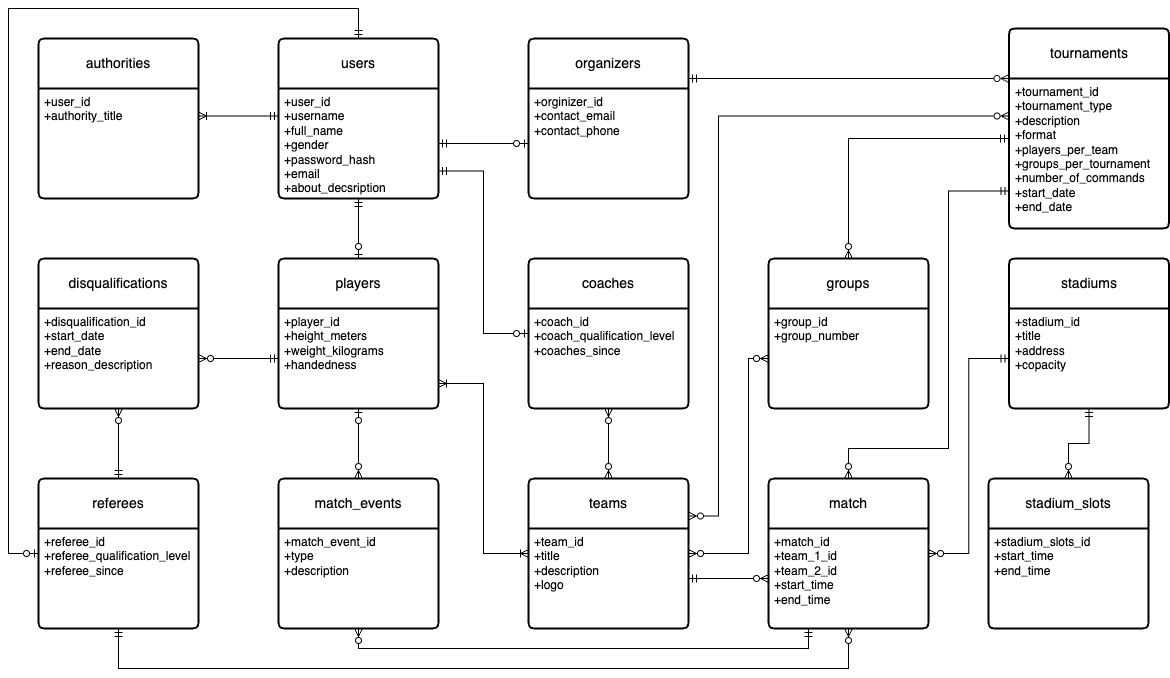
Above: presentation/concept-model.png in vodobryshkin/is-course-work-0 (draw.io), before the change. Source tidied: cells renumbered, new cells last; positions are measured from the earlier drawing's top-left corner, leaving out a move shared by most shapes. The source it was exported from:
```xml
<mxGraphModel>
  <root>
    <mxCell id="0" />
    <mxCell id="1" parent="0" />
    <mxCell id="2" value="stadiums" style="swimlane;horizontal=1;startSize=50;rounded=1;fontSize=14;fontStyle=0;strokeWidth=2;shadow=0;dashed=0;align=center;arcSize=4;whiteSpace=wrap;html=1;" parent="1" vertex="1">
      <mxGeometry x="1000.5" y="250" width="160" height="150" as="geometry" />
    </mxCell>
    <mxCell id="3" value="+stadium_id&lt;br&gt;+title&lt;br&gt;+address&lt;br&gt;+copacity" style="align=left;strokeColor=none;fillColor=none;spacingLeft=4;fontSize=12;verticalAlign=top;html=1;" parent="2" vertex="1">
      <mxGeometry y="50" width="160" height="100" as="geometry" />
    </mxCell>
    <mxCell id="4" style="edgeStyle=orthogonalEdgeStyle;rounded=0;jettySize=auto;html=1;entryX=0;entryY=0.75;entryDx=0;entryDy=0;exitX=0.5;exitY=0;exitDx=0;exitDy=0;endArrow=ERmandOne;endFill=0;startArrow=ERzeroToMany;startFill=0;" parent="1" edge="1" source="5" target="14">
      <mxGeometry relative="1" as="geometry">
        <Array as="points">
          <mxPoint x="840" y="440" />
          <mxPoint x="940" y="440" />
          <mxPoint x="940" y="183" />
        </Array>
      </mxGeometry>
    </mxCell>
    <mxCell id="5" value="match" style="swimlane;horizontal=1;startSize=50;rounded=1;fontSize=14;fontStyle=0;strokeWidth=2;shadow=0;dashed=0;align=center;arcSize=4;whiteSpace=wrap;html=1;" parent="1" vertex="1">
      <mxGeometry x="760" y="470" width="160" height="150" as="geometry" />
    </mxCell>
    <mxCell id="6" value="+match_id&lt;br&gt;+team_1_id&lt;br&gt;+team_2_id&lt;br&gt;+start_time&lt;br style=&quot;border-color: rgb(218, 220, 224);&quot;&gt;+end_time" style="align=left;strokeColor=none;fillColor=none;spacingLeft=4;fontSize=12;verticalAlign=top;html=1;" parent="5" vertex="1">
      <mxGeometry y="50" width="160" height="100" as="geometry" />
    </mxCell>
    <mxCell id="7" style="edgeStyle=orthogonalEdgeStyle;rounded=0;jettySize=auto;html=1;entryX=0.5;entryY=1;entryDx=0;entryDy=0;endArrow=ERmandOne;endFill=0;startArrow=ERzeroToMany;startFill=0;" parent="1" edge="1" source="8" target="3">
      <mxGeometry relative="1" as="geometry" />
    </mxCell>
    <mxCell id="8" value="stadium_slots" style="swimlane;horizontal=1;startSize=50;rounded=1;fontSize=14;fontStyle=0;strokeWidth=2;shadow=0;dashed=0;align=center;arcSize=4;whiteSpace=wrap;html=1;" parent="1" vertex="1">
      <mxGeometry x="980" y="470" width="160" height="150" as="geometry" />
    </mxCell>
    <mxCell id="9" value="+stadium_slots_id&lt;br&gt;+start_time&lt;br&gt;+end_time" style="align=left;strokeColor=none;fillColor=none;spacingLeft=4;fontSize=12;verticalAlign=top;html=1;" parent="8" vertex="1">
      <mxGeometry y="50" width="160" height="100" as="geometry" />
    </mxCell>
    <mxCell id="10" style="edgeStyle=orthogonalEdgeStyle;rounded=0;jettySize=auto;html=1;entryX=0.5;entryY=1;entryDx=0;entryDy=0;endArrow=ERzeroToOne;endFill=0;startArrow=ERzeroToMany;startFill=0;" parent="1" edge="1" source="11" target="29">
      <mxGeometry relative="1" as="geometry" />
    </mxCell>
    <mxCell id="11" value="match_events" style="swimlane;horizontal=1;startSize=50;rounded=1;fontSize=14;fontStyle=0;strokeWidth=2;shadow=0;dashed=0;align=center;arcSize=4;whiteSpace=wrap;html=1;" parent="1" vertex="1">
      <mxGeometry x="270" y="470" width="160" height="150" as="geometry" />
    </mxCell>
    <mxCell id="12" value="+match_event_id&lt;br&gt;+type&lt;br&gt;+description" style="align=left;strokeColor=none;fillColor=none;spacingLeft=4;fontSize=12;verticalAlign=top;html=1;" parent="11" vertex="1">
      <mxGeometry y="50" width="160" height="100" as="geometry" />
    </mxCell>
    <mxCell id="13" value="tournaments" style="swimlane;horizontal=1;startSize=50;rounded=1;fontSize=14;fontStyle=0;strokeWidth=2;shadow=0;dashed=0;align=center;arcSize=4;whiteSpace=wrap;html=1;" parent="1" vertex="1">
      <mxGeometry x="1000.5" y="20" width="160" height="200" as="geometry" />
    </mxCell>
    <mxCell id="14" value="+tournament_id&lt;br&gt;+tournament_type&lt;br&gt;+description&lt;br&gt;+format&lt;br&gt;+players_per_team&lt;br&gt;+groups_per_tournament&lt;br&gt;+number_of_commands&lt;br&gt;+start_date&lt;br&gt;+end_date" style="align=left;strokeColor=none;fillColor=none;spacingLeft=4;fontSize=12;verticalAlign=top;html=1;" parent="13" vertex="1">
      <mxGeometry y="50" width="160" height="150" as="geometry" />
    </mxCell>
    <mxCell id="15" style="edgeStyle=orthogonalEdgeStyle;rounded=0;jettySize=auto;html=1;endArrow=ERmandOne;endFill=0;startArrow=ERzeroToMany;startFill=0;" parent="1" edge="1" source="16">
      <mxGeometry relative="1" as="geometry">
        <mxPoint x="1000" y="130" as="targetPoint" />
        <Array as="points">
          <mxPoint x="840" y="130" />
        </Array>
      </mxGeometry>
    </mxCell>
    <mxCell id="16" value="groups" style="swimlane;horizontal=1;startSize=50;rounded=1;fontSize=14;fontStyle=0;strokeWidth=2;shadow=0;dashed=0;align=center;arcSize=4;whiteSpace=wrap;html=1;" parent="1" vertex="1">
      <mxGeometry x="760" y="250" width="160" height="150" as="geometry" />
    </mxCell>
    <mxCell id="17" value="+group_id&lt;br&gt;+group_number&lt;br&gt;" style="align=left;strokeColor=none;fillColor=none;spacingLeft=4;fontSize=12;verticalAlign=top;html=1;" parent="16" vertex="1">
      <mxGeometry y="50" width="160" height="100" as="geometry" />
    </mxCell>
    <mxCell id="18" style="edgeStyle=orthogonalEdgeStyle;rounded=0;jettySize=auto;html=1;entryX=1;entryY=0.75;entryDx=0;entryDy=0;endArrow=ERmandOne;endFill=0;startArrow=ERzeroToOne;startFill=0;" parent="1" edge="1" source="19" target="38">
      <mxGeometry relative="1" as="geometry" />
    </mxCell>
    <mxCell id="19" value="coaches" style="swimlane;horizontal=1;startSize=50;rounded=1;fontSize=14;fontStyle=0;strokeWidth=2;shadow=0;dashed=0;align=center;arcSize=4;whiteSpace=wrap;html=1;" parent="1" vertex="1">
      <mxGeometry x="520" y="250" width="160" height="150" as="geometry" />
    </mxCell>
    <mxCell id="20" value="+coach_id&lt;br&gt;+coach_qualification_level&lt;br&gt;+coaches_since" style="align=left;strokeColor=none;fillColor=none;spacingLeft=4;fontSize=12;verticalAlign=top;html=1;" parent="19" vertex="1">
      <mxGeometry y="50" width="160" height="100" as="geometry" />
    </mxCell>
    <mxCell id="21" style="edgeStyle=orthogonalEdgeStyle;rounded=0;jettySize=auto;html=1;entryX=0.5;entryY=1;entryDx=0;entryDy=0;endArrow=ERzeroToMany;endFill=0;startArrow=ERmandOne;startFill=0;" parent="1" edge="1" source="23" target="34">
      <mxGeometry relative="1" as="geometry" />
    </mxCell>
    <mxCell id="22" style="edgeStyle=orthogonalEdgeStyle;rounded=0;jettySize=auto;html=1;entryX=0.5;entryY=0;entryDx=0;entryDy=0;startArrow=ERzeroToOne;startFill=0;endArrow=ERmandOne;endFill=0;" parent="1" edge="1" source="23" target="37">
      <mxGeometry relative="1" as="geometry">
        <Array as="points">
          <mxPoint y="545" />
          <mxPoint />
          <mxPoint x="350" />
        </Array>
      </mxGeometry>
    </mxCell>
    <mxCell id="23" value="referees" style="swimlane;horizontal=1;startSize=50;rounded=1;fontSize=14;fontStyle=0;strokeWidth=2;shadow=0;dashed=0;align=center;arcSize=4;whiteSpace=wrap;html=1;" parent="1" vertex="1">
      <mxGeometry x="30" y="470" width="160" height="150" as="geometry" />
    </mxCell>
    <mxCell id="24" value="+referee_id&lt;br&gt;+referee_qualification_level&lt;br&gt;+referee_since" style="align=left;strokeColor=none;fillColor=none;spacingLeft=4;fontSize=12;verticalAlign=top;html=1;" parent="23" vertex="1">
      <mxGeometry y="50" width="160" height="100" as="geometry" />
    </mxCell>
    <mxCell id="25" value="teams" style="swimlane;horizontal=1;startSize=50;rounded=1;fontSize=14;fontStyle=0;strokeWidth=2;shadow=0;dashed=0;align=center;arcSize=4;whiteSpace=wrap;html=1;" parent="1" vertex="1">
      <mxGeometry x="520" y="470" width="160" height="150" as="geometry" />
    </mxCell>
    <mxCell id="26" value="+team_id&lt;br&gt;+title&lt;br&gt;+description&lt;br&gt;+logo" style="align=left;strokeColor=none;fillColor=none;spacingLeft=4;fontSize=12;verticalAlign=top;html=1;" parent="25" vertex="1">
      <mxGeometry y="50" width="160" height="100" as="geometry" />
    </mxCell>
    <mxCell id="27" style="edgeStyle=orthogonalEdgeStyle;rounded=0;jettySize=auto;html=1;entryX=0.5;entryY=1;entryDx=0;entryDy=0;endArrow=ERmandOne;endFill=0;startArrow=ERzeroToOne;startFill=0;" parent="1" edge="1" source="28" target="38">
      <mxGeometry relative="1" as="geometry" />
    </mxCell>
    <mxCell id="28" value="players" style="swimlane;horizontal=1;startSize=50;rounded=1;fontSize=14;fontStyle=0;strokeWidth=2;shadow=0;dashed=0;align=center;arcSize=4;whiteSpace=wrap;html=1;" parent="1" vertex="1">
      <mxGeometry x="270" y="250" width="160" height="150" as="geometry" />
    </mxCell>
    <mxCell id="29" value="+player_id&lt;br&gt;+height_meters&lt;br&gt;+weight_kilograms&lt;br&gt;+handedness" style="align=left;strokeColor=none;fillColor=none;spacingLeft=4;fontSize=12;verticalAlign=top;html=1;" parent="28" vertex="1">
      <mxGeometry y="50" width="160" height="100" as="geometry" />
    </mxCell>
    <mxCell id="30" style="edgeStyle=orthogonalEdgeStyle;rounded=0;jettySize=auto;html=1;entryX=0;entryY=0.25;entryDx=0;entryDy=0;exitX=1;exitY=0.25;exitDx=0;exitDy=0;startArrow=ERmandOne;startFill=0;endArrow=ERzeroToMany;endFill=0;" parent="1" edge="1" source="31" target="13">
      <mxGeometry relative="1" as="geometry" />
    </mxCell>
    <mxCell id="31" value="organizers" style="swimlane;horizontal=1;startSize=50;rounded=1;fontSize=14;fontStyle=0;strokeWidth=2;shadow=0;dashed=0;align=center;arcSize=4;whiteSpace=wrap;html=1;" parent="1" vertex="1">
      <mxGeometry x="520" y="30" width="160" height="160" as="geometry" />
    </mxCell>
    <mxCell id="32" value="+orginizer_id&lt;br&gt;+contact_email&lt;br&gt;+contact_phone" style="align=left;strokeColor=none;fillColor=none;spacingLeft=4;fontSize=12;verticalAlign=top;html=1;" parent="31" vertex="1">
      <mxGeometry y="50" width="160" height="110" as="geometry" />
    </mxCell>
    <mxCell id="33" value="disqualifications" style="swimlane;horizontal=1;startSize=50;rounded=1;fontSize=14;fontStyle=0;strokeWidth=2;shadow=0;dashed=0;align=center;arcSize=4;whiteSpace=wrap;html=1;" parent="1" vertex="1">
      <mxGeometry x="30" y="250" width="160" height="150" as="geometry" />
    </mxCell>
    <mxCell id="34" value="+disqualification_id&lt;br&gt;+start_date&lt;br&gt;+end_date&lt;br&gt;+reason_description" style="align=left;strokeColor=none;fillColor=none;spacingLeft=4;fontSize=12;verticalAlign=top;html=1;" parent="33" vertex="1">
      <mxGeometry y="50" width="160" height="100" as="geometry" />
    </mxCell>
    <mxCell id="35" value="authorities" style="swimlane;horizontal=1;startSize=50;rounded=1;fontSize=14;fontStyle=0;strokeWidth=2;shadow=0;dashed=0;align=center;arcSize=4;whiteSpace=wrap;html=1;" parent="1" vertex="1">
      <mxGeometry x="30" y="30" width="160" height="160" as="geometry" />
    </mxCell>
    <mxCell id="36" value="+user_id&lt;br&gt;+authority_title" style="align=left;strokeColor=none;fillColor=none;spacingLeft=4;fontSize=12;verticalAlign=top;html=1;" parent="35" vertex="1">
      <mxGeometry y="50" width="160" height="110" as="geometry" />
    </mxCell>
    <mxCell id="37" value="users" style="swimlane;horizontal=1;startSize=50;rounded=1;fontSize=14;fontStyle=0;strokeWidth=2;shadow=0;dashed=0;align=center;arcSize=4;whiteSpace=wrap;html=1;" parent="1" vertex="1">
      <mxGeometry x="270" y="30" width="160" height="160" as="geometry" />
    </mxCell>
    <mxCell id="38" value="+user_id&lt;br&gt;+username&lt;br&gt;+full_name&lt;br&gt;+gender&lt;br&gt;+password_hash&lt;br&gt;+email&lt;br&gt;+about_decsription" style="align=left;strokeColor=none;fillColor=none;spacingLeft=4;fontSize=12;verticalAlign=top;html=1;" parent="37" vertex="1">
      <mxGeometry y="50" width="160" height="110" as="geometry" />
    </mxCell>
    <mxCell id="39" style="edgeStyle=orthogonalEdgeStyle;rounded=0;jettySize=auto;html=1;entryX=1;entryY=0.25;entryDx=0;entryDy=0;endArrow=ERzeroToMany;endFill=0;startArrow=ERmandOne;startFill=0;" parent="1" edge="1" source="3" target="6">
      <mxGeometry relative="1" as="geometry" />
    </mxCell>
    <mxCell id="40" style="edgeStyle=orthogonalEdgeStyle;rounded=0;jettySize=auto;html=1;entryX=0.5;entryY=1;entryDx=0;entryDy=0;exitX=0.25;exitY=1;exitDx=0;exitDy=0;startArrow=ERmandOne;startFill=0;endArrow=ERzeroToMany;endFill=0;" parent="1" edge="1" source="6" target="12">
      <mxGeometry relative="1" as="geometry">
        <Array as="points">
          <mxPoint x="800" y="640" />
          <mxPoint x="350" y="640" />
        </Array>
      </mxGeometry>
    </mxCell>
    <mxCell id="41" style="edgeStyle=orthogonalEdgeStyle;rounded=0;jettySize=auto;html=1;entryX=0.5;entryY=1;entryDx=0;entryDy=0;startArrow=ERzeroToMany;startFill=0;endArrow=ERmandOne;endFill=0;" parent="1" edge="1" source="6" target="24">
      <mxGeometry relative="1" as="geometry">
        <Array as="points">
          <mxPoint x="840" y="660" />
          <mxPoint x="110" y="660" />
        </Array>
      </mxGeometry>
    </mxCell>
    <mxCell id="42" style="edgeStyle=orthogonalEdgeStyle;rounded=0;jettySize=auto;html=1;entryX=1;entryY=0.5;entryDx=0;entryDy=0;startArrow=ERzeroToMany;startFill=0;endArrow=ERmandOne;endFill=0;" parent="1" edge="1" source="6" target="26">
      <mxGeometry relative="1" as="geometry" />
    </mxCell>
    <mxCell id="43" style="edgeStyle=orthogonalEdgeStyle;rounded=0;jettySize=auto;html=1;entryX=1;entryY=0.25;entryDx=0;entryDy=0;startArrow=ERzeroToMany;startFill=0;endArrow=ERzeroToMany;endFill=0;exitX=0;exitY=0.25;exitDx=0;exitDy=0;" parent="1" edge="1" source="14" target="25">
      <mxGeometry relative="1" as="geometry">
        <Array as="points">
          <mxPoint x="710" y="108" />
          <mxPoint x="710" y="508" />
        </Array>
      </mxGeometry>
    </mxCell>
    <mxCell id="44" style="edgeStyle=orthogonalEdgeStyle;rounded=0;jettySize=auto;html=1;entryX=1;entryY=0.25;entryDx=0;entryDy=0;startArrow=ERzeroToMany;startFill=0;endArrow=ERzeroToMany;endFill=0;" parent="1" edge="1" source="17" target="26">
      <mxGeometry relative="1" as="geometry">
        <Array as="points">
          <mxPoint x="740" y="350" />
          <mxPoint x="740" y="545" />
        </Array>
      </mxGeometry>
    </mxCell>
    <mxCell id="45" style="edgeStyle=orthogonalEdgeStyle;rounded=0;jettySize=auto;html=1;entryX=0;entryY=0.25;entryDx=0;entryDy=0;exitX=1;exitY=0.75;exitDx=0;exitDy=0;startArrow=ERoneToMany;startFill=0;endArrow=ERoneToMany;endFill=0;" parent="1" edge="1" source="29" target="26">
      <mxGeometry relative="1" as="geometry" />
    </mxCell>
    <mxCell id="46" style="edgeStyle=orthogonalEdgeStyle;rounded=0;jettySize=auto;html=1;entryX=0.5;entryY=0;entryDx=0;entryDy=0;startArrow=ERzeroToMany;startFill=0;endArrow=ERzeroToMany;endFill=0;" parent="1" edge="1" source="20" target="25">
      <mxGeometry relative="1" as="geometry" />
    </mxCell>
    <mxCell id="47" style="edgeStyle=orthogonalEdgeStyle;rounded=0;jettySize=auto;html=1;entryX=1;entryY=0.5;entryDx=0;entryDy=0;endArrow=ERzeroToMany;endFill=0;startArrow=ERmandOne;startFill=0;" parent="1" edge="1" source="29" target="34">
      <mxGeometry relative="1" as="geometry" />
    </mxCell>
    <mxCell id="48" style="edgeStyle=orthogonalEdgeStyle;rounded=0;jettySize=auto;html=1;entryX=0;entryY=0.5;entryDx=0;entryDy=0;startArrow=ERmandOne;startFill=0;endArrow=ERzeroToOne;endFill=0;" parent="1" edge="1" source="38" target="32">
      <mxGeometry relative="1" as="geometry" />
    </mxCell>
    <mxCell id="49" style="edgeStyle=orthogonalEdgeStyle;rounded=0;jettySize=auto;html=1;exitX=0;exitY=0.25;exitDx=0;exitDy=0;startArrow=ERmandOne;startFill=0;endArrow=ERoneToMany;endFill=0;entryX=1;entryY=0.25;entryDx=0;entryDy=0;" parent="1" edge="1" source="38" target="36">
      <mxGeometry relative="1" as="geometry" />
    </mxCell>
  </root>
</mxGraphModel>
```
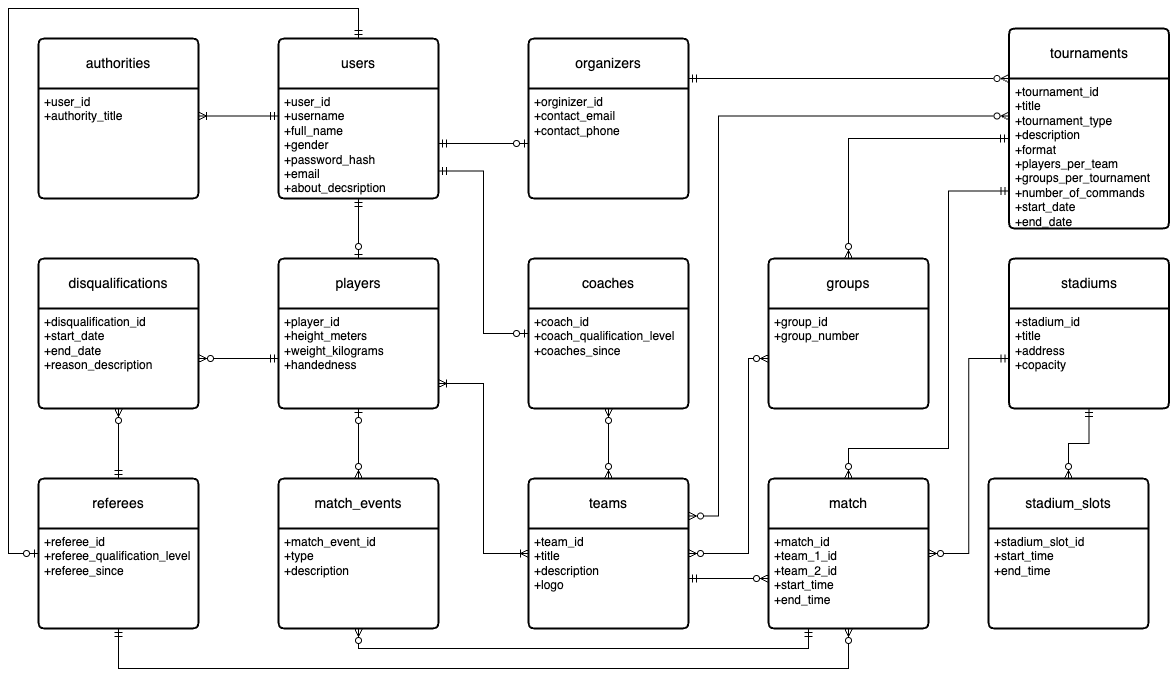
The same diagram one commit later.

Commit message:
добавил title в турнир (концептуальная модель)

Diff of the diagram source:
```diff
@@ -29,7 +29,7 @@
     <mxCell id="8" value="stadium_slots" style="swimlane;horizontal=1;startSize=50;rounded=1;fontSize=14;fontStyle=0;strokeWidth=2;shadow=0;dashed=0;align=center;arcSize=4;whiteSpace=wrap;html=1;" parent="1" vertex="1">
       <mxGeometry x="980" y="470" width="160" height="150" as="geometry" />
     </mxCell>
-    <mxCell id="9" value="+stadium_slots_id&lt;br&gt;+start_time&lt;br&gt;+end_time" style="align=left;strokeColor=none;fillColor=none;spacingLeft=4;fontSize=12;verticalAlign=top;html=1;" parent="8" vertex="1">
+    <mxCell id="9" value="+stadium_slot_id&lt;br&gt;+start_time&lt;br&gt;+end_time" style="align=left;strokeColor=none;fillColor=none;spacingLeft=4;fontSize=12;verticalAlign=top;html=1;" parent="8" vertex="1">
       <mxGeometry y="50" width="160" height="100" as="geometry" />
     </mxCell>
     <mxCell id="10" style="edgeStyle=orthogonalEdgeStyle;rounded=0;jettySize=auto;html=1;entryX=0.5;entryY=1;entryDx=0;entryDy=0;endArrow=ERzeroToOne;endFill=0;startArrow=ERzeroToMany;startFill=0;" parent="1" edge="1" source="11" target="29">
@@ -44,7 +44,7 @@
     <mxCell id="13" value="tournaments" style="swimlane;horizontal=1;startSize=50;rounded=1;fontSize=14;fontStyle=0;strokeWidth=2;shadow=0;dashed=0;align=center;arcSize=4;whiteSpace=wrap;html=1;" parent="1" vertex="1">
       <mxGeometry x="1000.5" y="20" width="160" height="200" as="geometry" />
     </mxCell>
-    <mxCell id="14" value="+tournament_id&lt;br&gt;+tournament_type&lt;br&gt;+description&lt;br&gt;+format&lt;br&gt;+players_per_team&lt;br&gt;+groups_per_tournament&lt;br&gt;+number_of_commands&lt;br&gt;+start_date&lt;br&gt;+end_date" style="align=left;strokeColor=none;fillColor=none;spacingLeft=4;fontSize=12;verticalAlign=top;html=1;" parent="13" vertex="1">
+    <mxCell id="14" value="+tournament_id&lt;br&gt;+title&lt;br&gt;+tournament_type&lt;br&gt;+description&lt;br&gt;+format&lt;br&gt;+players_per_team&lt;br&gt;+groups_per_tournament&lt;br&gt;+number_of_commands&lt;br&gt;+start_date&lt;br&gt;+end_date" style="align=left;strokeColor=none;fillColor=none;spacingLeft=4;fontSize=12;verticalAlign=top;html=1;" parent="13" vertex="1">
       <mxGeometry y="50" width="160" height="150" as="geometry" />
     </mxCell>
     <mxCell id="15" style="edgeStyle=orthogonalEdgeStyle;rounded=0;jettySize=auto;html=1;endArrow=ERmandOne;endFill=0;startArrow=ERzeroToMany;startFill=0;" parent="1" edge="1" source="16">
```
